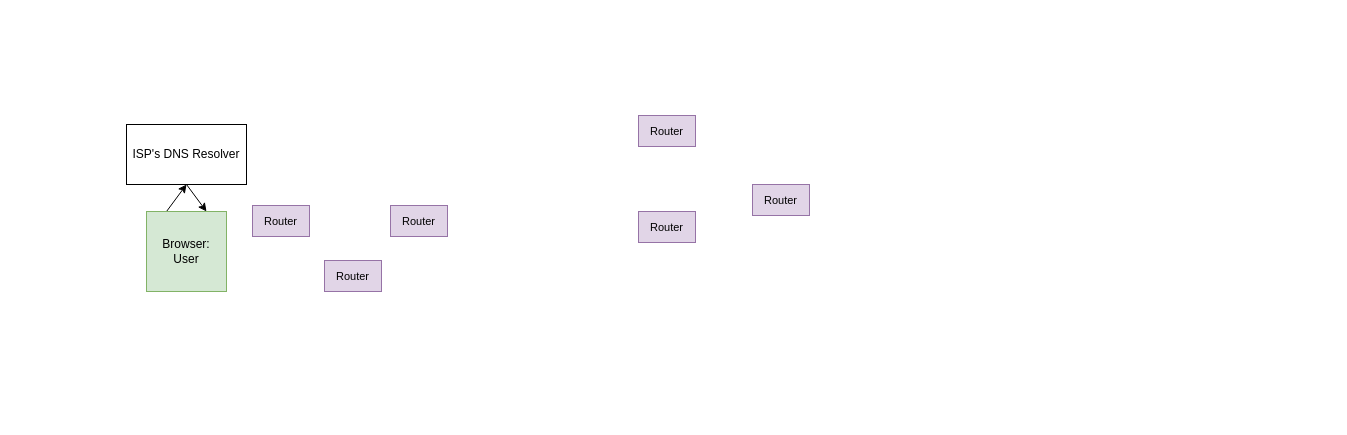
The draw.io diagram routing.drawio in Brandon-Valley/draw_io_diagrams, before the edit. Source tidied: cells renumbered, new cells numbered last; positions are measured from the earlier drawing's top-left corner, leaving out a move shared by most shapes. Both pictures are drawn from the tidied source at 100%, with x=0, y=0 at pixel (126, 115).
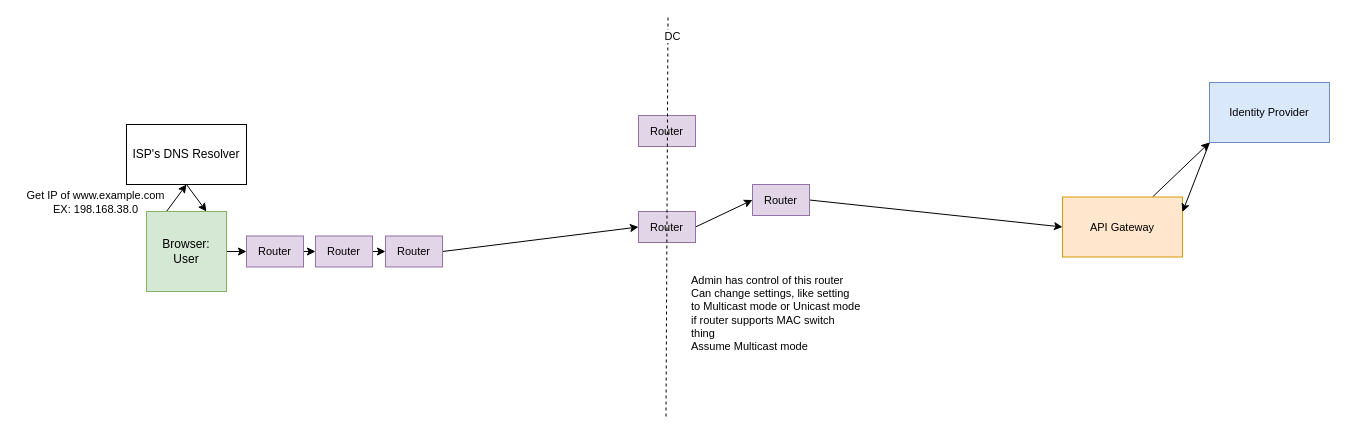
The same diagram, later.

The change refers to these unchanged cells:
```xml
<mxCell id="3" value="Browser:&lt;br&gt;User" style="whiteSpace=wrap;html=1;fillColor=#d5e8d4;strokeColor=#82b366;" parent="1" vertex="1">
  <mxGeometry x="20" y="96" width="80" height="80" as="geometry" />
</mxCell>
<mxCell id="7" value="Router" style="rounded=0;whiteSpace=wrap;html=1;fontFamily=Helvetica;fontSize=11;fillColor=#e1d5e7;strokeColor=#9673a6;" parent="1" vertex="1">
  <mxGeometry x="512" y="96" width="57" height="31" as="geometry" />
</mxCell>
<mxCell id="10" value="Router" style="rounded=0;whiteSpace=wrap;html=1;fontFamily=Helvetica;fontSize=11;fillColor=#e1d5e7;strokeColor=#9673a6;" parent="1" vertex="1">
  <mxGeometry x="626" y="69" width="57" height="31" as="geometry" />
</mxCell>
```

Diff of the diagram source:
```diff
@@
+    <mxCell id="12" style="edgeStyle=none;shape=connector;rounded=0;jettySize=auto;html=1;exitX=1;exitY=0.5;exitDx=0;exitDy=0;labelBackgroundColor=default;strokeColor=default;align=center;verticalAlign=middle;fontFamily=Helvetica;fontSize=11;fontColor=default;endArrow=classic;" parent="1" edge="1" source="3" target="6">
+      <mxGeometry relative="1" as="geometry" />
+    </mxCell>
@@
+    <mxCell id="13" style="edgeStyle=none;shape=connector;rounded=0;jettySize=auto;html=1;exitX=1;exitY=0.5;exitDx=0;exitDy=0;entryX=0;entryY=0.5;entryDx=0;entryDy=0;labelBackgroundColor=default;strokeColor=default;align=center;verticalAlign=middle;fontFamily=Helvetica;fontSize=11;fontColor=default;endArrow=classic;" parent="1" edge="1" source="6" target="9">
+      <mxGeometry relative="1" as="geometry" />
+    </mxCell>
     <mxCell id="6" value="Router" style="rounded=0;whiteSpace=wrap;html=1;fontFamily=Helvetica;fontSize=11;fillColor=#e1d5e7;strokeColor=#9673a6;" parent="1" vertex="1">
-      <mxGeometry x="126" y="90" width="57" height="31" as="geometry" />
+      <mxGeometry x="120" y="120.5" width="57" height="31" as="geometry" />
     </mxCell>
+    <mxCell id="14" style="edgeStyle=none;shape=connector;rounded=0;jettySize=auto;html=1;exitX=1;exitY=0.5;exitDx=0;exitDy=0;entryX=0;entryY=0.5;entryDx=0;entryDy=0;labelBackgroundColor=default;strokeColor=default;align=center;verticalAlign=middle;fontFamily=Helvetica;fontSize=11;fontColor=default;endArrow=classic;" parent="1" edge="1" source="7" target="10">
+      <mxGeometry relative="1" as="geometry" />
+    </mxCell>
@@
+    <mxCell id="15" style="edgeStyle=none;shape=connector;rounded=0;jettySize=auto;html=1;exitX=1;exitY=0.5;exitDx=0;exitDy=0;entryX=0;entryY=0.5;entryDx=0;entryDy=0;labelBackgroundColor=default;strokeColor=default;align=center;verticalAlign=middle;fontFamily=Helvetica;fontSize=11;fontColor=default;endArrow=classic;" parent="1" edge="1" source="8" target="7">
+      <mxGeometry relative="1" as="geometry" />
+    </mxCell>
     <mxCell id="8" value="Router" style="rounded=0;whiteSpace=wrap;html=1;fontFamily=Helvetica;fontSize=11;fillColor=#e1d5e7;strokeColor=#9673a6;" parent="1" vertex="1">
-      <mxGeometry x="198" y="145" width="57" height="31" as="geometry" />
+      <mxGeometry x="259" y="120.5" width="57" height="31" as="geometry" />
     </mxCell>
+    <mxCell id="16" style="edgeStyle=none;shape=connector;rounded=0;jettySize=auto;html=1;exitX=1;exitY=0.5;exitDx=0;exitDy=0;entryX=0;entryY=0.5;entryDx=0;entryDy=0;labelBackgroundColor=default;strokeColor=default;align=center;verticalAlign=middle;fontFamily=Helvetica;fontSize=11;fontColor=default;endArrow=classic;" parent="1" edge="1" source="9" target="8">
+      <mxGeometry relative="1" as="geometry" />
+    </mxCell>
     <mxCell id="9" value="Router" style="rounded=0;whiteSpace=wrap;html=1;fontFamily=Helvetica;fontSize=11;fillColor=#e1d5e7;strokeColor=#9673a6;" parent="1" vertex="1">
-      <mxGeometry x="264" y="90" width="57" height="31" as="geometry" />
+      <mxGeometry x="189" y="120.5" width="57" height="31" as="geometry" />
     </mxCell>
+    <mxCell id="17" style="edgeStyle=none;shape=connector;rounded=0;jettySize=auto;html=1;exitX=1;exitY=0.5;exitDx=0;exitDy=0;entryX=0;entryY=0.5;entryDx=0;entryDy=0;labelBackgroundColor=default;strokeColor=default;align=center;verticalAlign=middle;fontFamily=Helvetica;fontSize=11;fontColor=default;endArrow=classic;" parent="1" edge="1" source="10" target="21">
+      <mxGeometry relative="1" as="geometry" />
+    </mxCell>
@@
+    <mxCell id="18" style="endArrow=none;dashed=1;html=1;rounded=0;labelBackgroundColor=default;strokeColor=default;align=center;verticalAlign=middle;fontFamily=Helvetica;fontSize=11;fontColor=default;shape=connector;" parent="1" edge="1">
+      <mxGeometry relative="1" as="geometry">
+        <mxPoint x="539.5" y="301" as="sourcePoint" />
+        <mxPoint x="541.5" y="-98" as="targetPoint" />
+      </mxGeometry>
+    </mxCell>
+    <mxCell id="19" value="DC" style="edgeLabel;html=1;align=center;verticalAlign=middle;fontSize=11;fontFamily=Helvetica;fontColor=default;" parent="18" vertex="1">
+      <mxGeometry x="0.91" y="-4" relative="1" as="geometry" />
+    </mxCell>
+    <mxCell id="20" style="edgeStyle=none;shape=connector;rounded=0;jettySize=auto;html=1;exitX=0.75;exitY=0;exitDx=0;exitDy=0;entryX=0;entryY=1;entryDx=0;entryDy=0;labelBackgroundColor=default;strokeColor=default;align=center;verticalAlign=middle;fontFamily=Helvetica;fontSize=11;fontColor=default;endArrow=classic;" parent="1" edge="1" source="21" target="23">
+      <mxGeometry relative="1" as="geometry" />
+    </mxCell>
+    <mxCell id="21" value="API Gateway" style="rounded=0;whiteSpace=wrap;html=1;fontFamily=Helvetica;fontSize=11;fillColor=#ffe6cc;strokeColor=#d79b00;" parent="1" vertex="1">
+      <mxGeometry x="936" y="81.5" width="120" height="60" as="geometry" />
+    </mxCell>
+    <mxCell id="22" style="edgeStyle=none;shape=connector;rounded=0;jettySize=auto;html=1;exitX=0;exitY=1;exitDx=0;exitDy=0;entryX=1;entryY=0.25;entryDx=0;entryDy=0;labelBackgroundColor=default;strokeColor=default;align=center;verticalAlign=middle;fontFamily=Helvetica;fontSize=11;fontColor=default;endArrow=classic;" parent="1" edge="1" source="23" target="21">
+      <mxGeometry relative="1" as="geometry" />
+    </mxCell>
+    <mxCell id="23" value="Identity Provider" style="rounded=0;whiteSpace=wrap;html=1;fontFamily=Helvetica;fontSize=11;fillColor=#dae8fc;strokeColor=#6c8ebf;" parent="1" vertex="1">
+      <mxGeometry x="1083" y="-33" width="120" height="60" as="geometry" />
+    </mxCell>
+    <mxCell id="24" value="Get IP of www.example.com&lt;br&gt;EX: 198.168.38.0" style="text;html=1;align=center;verticalAlign=middle;strokeColor=none;fillColor=none;fontSize=11;fontFamily=Helvetica;fontColor=default;" parent="1" vertex="1">
+      <mxGeometry x="-109.5" y="68" width="157" height="38" as="geometry" />
+    </mxCell>
+    <mxCell id="25" value="Admin has control of this router&#10;Can change settings, like setting&#10;to Multicast mode or Unicast mode&#10;if router supports MAC switch&#10;thing&#10;Assume Multicast mode" style="text;whiteSpace=wrap;fontSize=11;fontFamily=Helvetica;fontColor=default;" parent="1" vertex="1">
+      <mxGeometry x="563" y="151.5" width="192" height="101" as="geometry" />
+    </mxCell>
```
